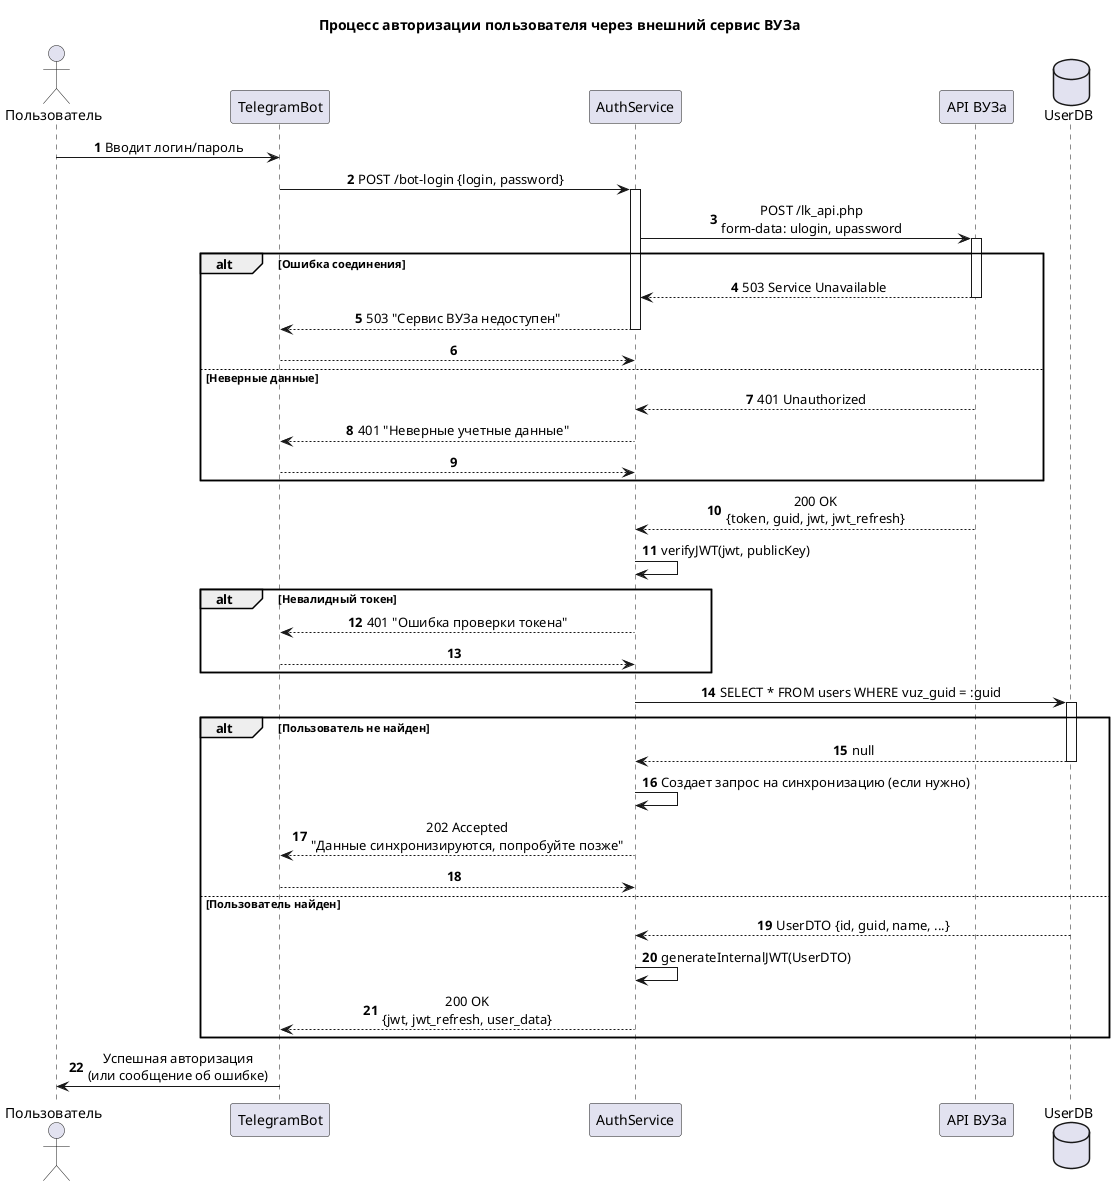
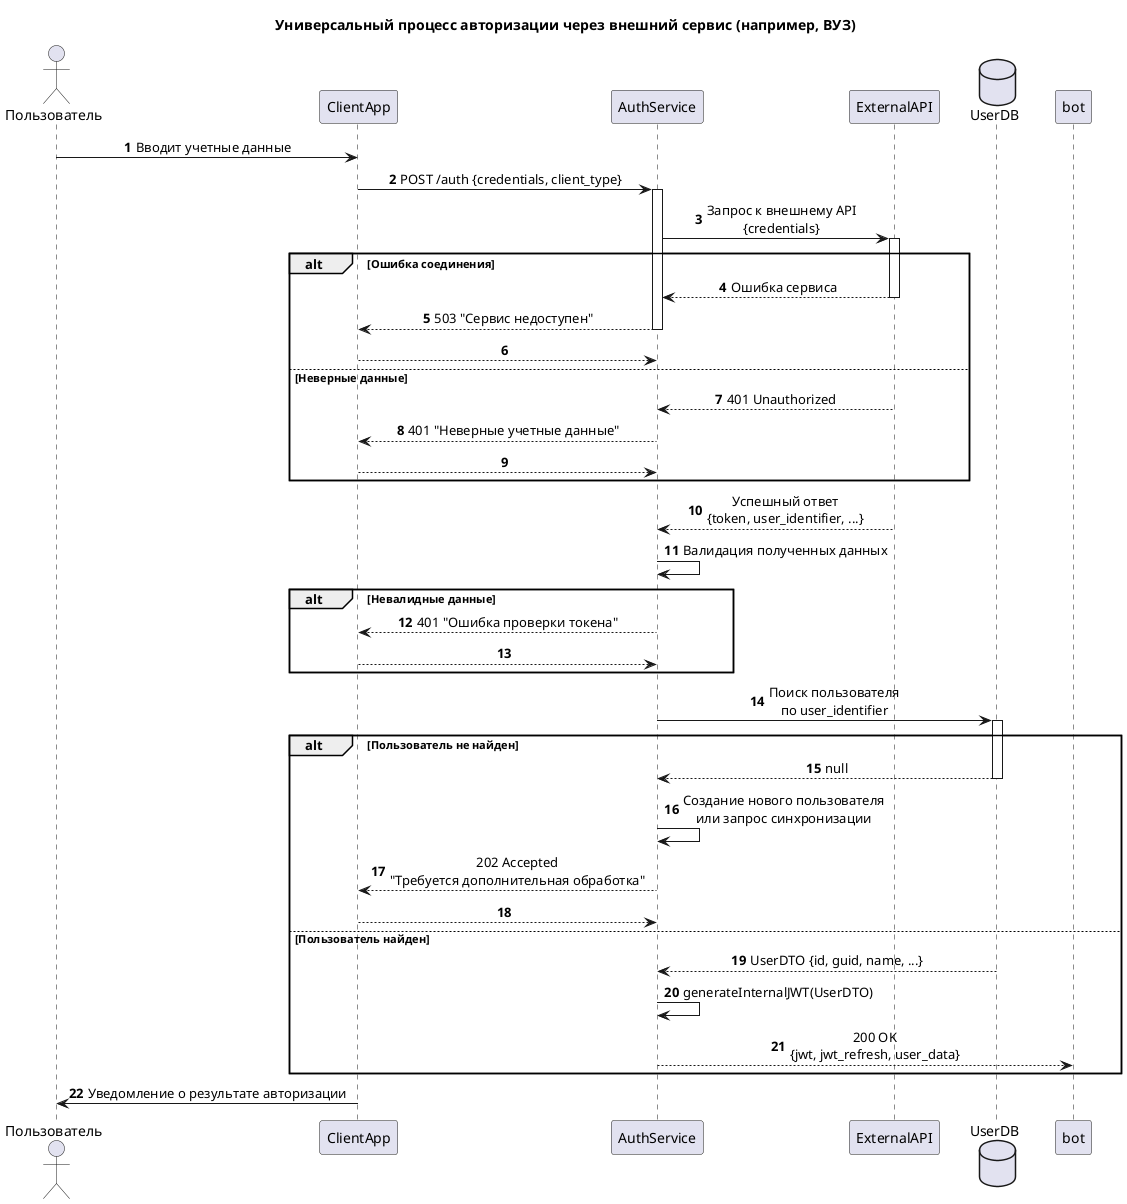
@startuml
- title Процесс авторизации пользователя через внешний сервис ВУЗа
+ title Универсальный процесс авторизации через внешний сервис (например, ВУЗ)
skinparam sequenceMessageAlign center
skinparam ParticipantPadding 20
skinparam BoxPadding 10

actor Пользователь as user
- participant "TelegramBot" as bot
+ participant "ClientApp" as client
participant "AuthService" as auth
- participant "API ВУЗа" as vuz
+ participant "ExternalAPI" as external
database "UserDB" as db

autonumber

- user -> bot : Вводит логин/пароль
- bot -> auth ++ : POST /bot-login {login, password}
+ user -> client : Вводит учетные данные
+ client -> auth ++ : POST /auth {credentials, client_type}

- auth -> vuz ++ : POST /lk_api.php\nform-data: ulogin, upassword
+ auth -> external ++ : Запрос к внешнему API\n{credentials}

alt Ошибка соединения
-     vuz --> auth -- : 503 Service Unavailable
-     auth --> bot -- : 503 "Сервис ВУЗа недоступен"
+     external --> auth -- : Ошибка сервиса
+     auth --> client -- : 503 "Сервис недоступен"
    deactivate auth
-     deactivate vuz
+     deactivate external
    return
else Неверные данные
-     vuz --> auth -- : 401 Unauthorized
-     auth --> bot -- : 401 "Неверные учетные данные"
+     external --> auth -- : 401 Unauthorized
+     auth --> client -- : 401 "Неверные учетные данные"
    deactivate auth
-     deactivate vuz
+     deactivate external
    return
end

- vuz --> auth -- : 200 OK\n{token, guid, jwt, jwt_refresh}
- deactivate vuz
+ external --> auth -- : Успешный ответ\n{token, user_identifier, ...}
+ deactivate external

- auth -> auth : verifyJWT(jwt, publicKey)
+ auth -> auth : Валидация полученных данных

- alt Невалидный токен
-     auth --> bot -- : 401 "Ошибка проверки токена"
+ alt Невалидные данные
+     auth --> client -- : 401 "Ошибка проверки токена"
    deactivate auth
    return
end

- auth -> db ++ : SELECT * FROM users WHERE vuz_guid = :guid
+ auth -> db ++ : Поиск пользователя\nпо user_identifier

alt Пользователь не найден
    db --> auth : null
    deactivate db

-     auth -> auth : Создает запрос на синхронизацию (если нужно)
-     auth --> bot -- : 202 Accepted\n"Данные синхронизируются, попробуйте позже"
+     auth -> auth : Создание нового пользователя\nили запрос синхронизации
+     auth --> client -- : 202 Accepted\n"Требуется дополнительная обработка"
    deactivate auth
    return
else Пользователь найден
    db --> auth : UserDTO {id, guid, name, ...}
    deactivate db

    auth -> auth : generateInternalJWT(UserDTO)
    auth --> bot -- : 200 OK\n{jwt, jwt_refresh, user_data}
    deactivate auth
end

- bot -> user : Успешная авторизация\n(или сообщение об ошибке)
+ client -> user : Уведомление о результате авторизации

@enduml